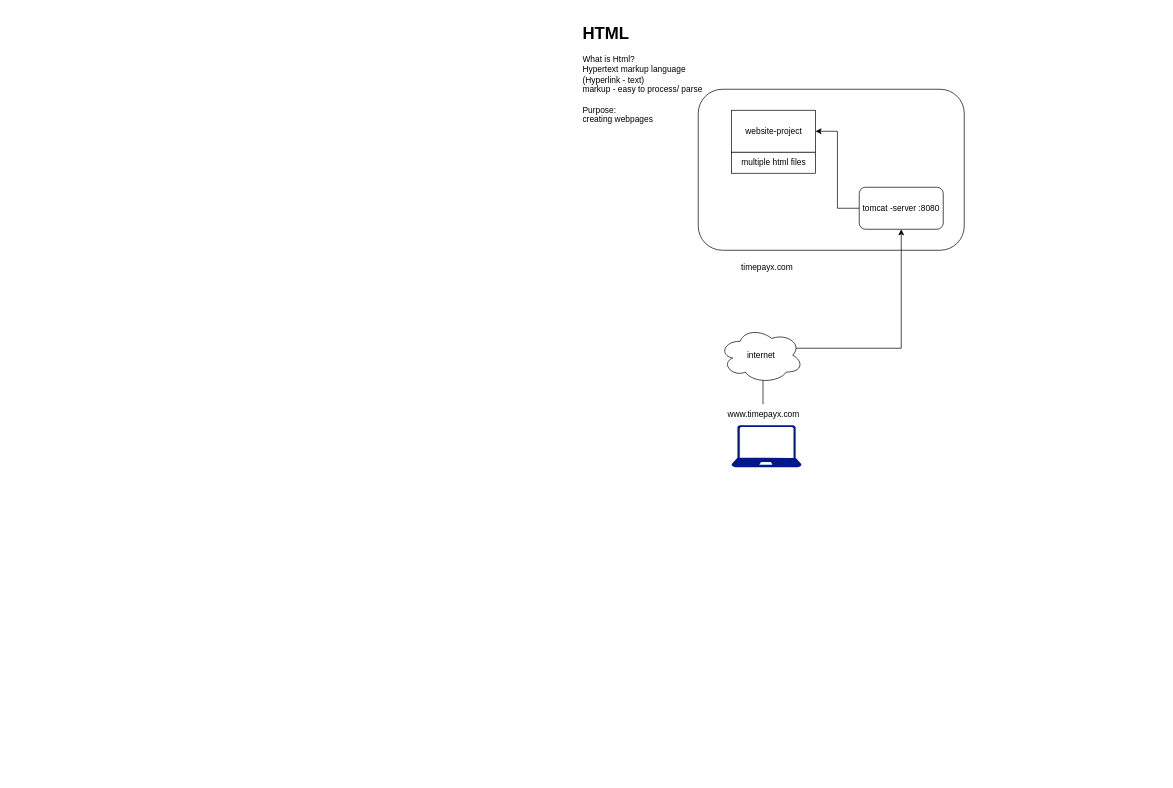
This is page "html-css" (2 of 2) of all-diagram.drawio from chandansutradhar2/web-dev, a draw.io file, before an edit. Source tidied: cells renumbered, new cells numbered last; positions are measured from the earlier drawing's top-left corner, leaving out a move shared by most shapes. Both pictures are drawn from the tidied source at 70%, with x=0, y=0 at pixel (579, 19).
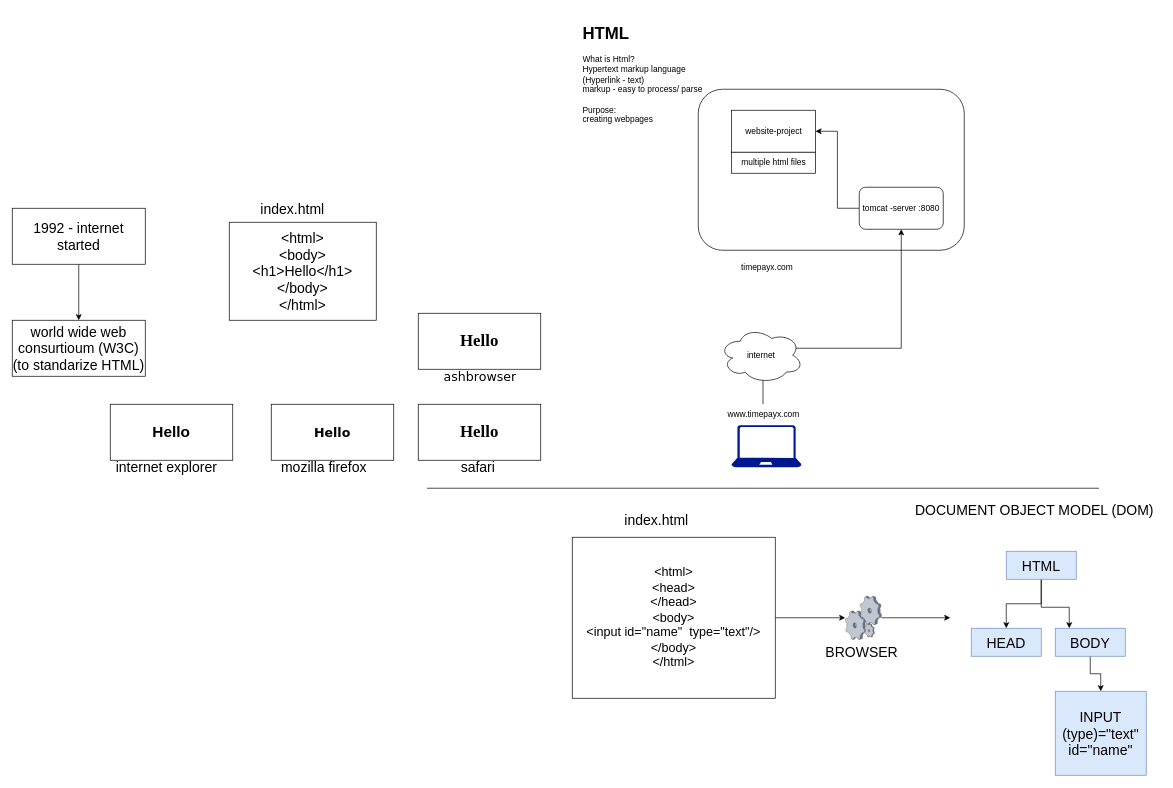
The same page after the edit.

Change to the diagram source:
```diff
@@
+    <mxCell id="13" style="endArrow=none;html=1;rounded=0;" parent="1" edge="1">
+      <mxGeometry relative="1" as="geometry">
+        <mxPoint x="-217.5" y="670" as="sourcePoint" />
+        <mxPoint x="742.5" y="670" as="targetPoint" />
+      </mxGeometry>
+    </mxCell>
+    <mxCell id="14" style="edgeStyle=orthogonalEdgeStyle;rounded=0;jettySize=auto;html=1;fontSize=20;" parent="1" edge="1" source="15" target="18">
+      <mxGeometry relative="1" as="geometry" />
+    </mxCell>
+    <mxCell id="15" value="&amp;lt;html&amp;gt;&lt;br style=&quot;font-size: 18px;&quot;&gt;&amp;lt;head&amp;gt;&lt;br style=&quot;font-size: 18px;&quot;&gt;&amp;lt;/head&amp;gt;&lt;br style=&quot;font-size: 18px;&quot;&gt;&amp;lt;body&amp;gt;&lt;br style=&quot;font-size: 18px;&quot;&gt;&amp;lt;input id=&quot;name&quot;&amp;nbsp; type=&quot;text&quot;/&amp;gt;&lt;br style=&quot;font-size: 18px;&quot;&gt;&amp;lt;/body&amp;gt;&lt;br style=&quot;font-size: 18px;&quot;&gt;&amp;lt;/html&amp;gt;" style="rounded=0;whiteSpace=wrap;html=1;fontSize=18;" parent="1" vertex="1">
+      <mxGeometry x="-10" y="740" width="290" height="230" as="geometry" />
+    </mxCell>
+    <mxCell id="16" value="index.html" style="text;html=1;align=center;verticalAlign=middle;strokeColor=none;fillColor=none;fontSize=20;" parent="1" vertex="1">
+      <mxGeometry x="55" y="695" width="110" height="40" as="geometry" />
+    </mxCell>
+    <mxCell id="17" style="edgeStyle=orthogonalEdgeStyle;rounded=0;jettySize=auto;html=1;fontSize=20;" parent="1" edge="1" source="18">
+      <mxGeometry relative="1" as="geometry">
+        <mxPoint x="530" y="855" as="targetPoint" />
+      </mxGeometry>
+    </mxCell>
+    <mxCell id="18" value="BROWSER&amp;nbsp;" style="verticalLabelPosition=bottom;sketch=0;html=1;verticalAlign=top;strokeColor=none;align=center;outlineConnect=0;shape=mxgraph.citrix.process;fontSize=20;" parent="1" vertex="1">
+      <mxGeometry x="380" y="824" width="52" height="62" as="geometry" />
+    </mxCell>
+    <mxCell id="19" style="edgeStyle=orthogonalEdgeStyle;rounded=0;jettySize=auto;html=1;fontSize=20;" parent="1" edge="1" source="21" target="23">
+      <mxGeometry relative="1" as="geometry" />
+    </mxCell>
+    <mxCell id="20" style="edgeStyle=orthogonalEdgeStyle;rounded=0;jettySize=auto;html=1;fontSize=20;" parent="1" edge="1" source="21" target="25">
+      <mxGeometry relative="1" as="geometry">
+        <Array as="points">
+          <mxPoint x="660" y="840" />
+          <mxPoint x="700" y="840" />
+        </Array>
+      </mxGeometry>
+    </mxCell>
+    <mxCell id="21" value="HTML" style="rounded=0;whiteSpace=wrap;html=1;fontSize=20;fillColor=#dae8fc;strokeColor=#6c8ebf;" parent="1" vertex="1">
+      <mxGeometry x="610" y="760" width="100" height="40" as="geometry" />
+    </mxCell>
+    <mxCell id="22" value="DOCUMENT OBJECT MODEL (DOM)" style="text;html=1;align=center;verticalAlign=middle;strokeColor=none;fillColor=none;fontSize=20;" parent="1" vertex="1">
+      <mxGeometry x="470" y="680" width="360" height="40" as="geometry" />
+    </mxCell>
+    <mxCell id="23" value="HEAD" style="rounded=0;whiteSpace=wrap;html=1;fontSize=20;fillColor=#dae8fc;strokeColor=#6c8ebf;" parent="1" vertex="1">
+      <mxGeometry x="560" y="870" width="100" height="40" as="geometry" />
+    </mxCell>
+    <mxCell id="24" style="edgeStyle=orthogonalEdgeStyle;rounded=0;jettySize=auto;html=1;fontSize=20;" parent="1" edge="1" source="25" target="26">
+      <mxGeometry relative="1" as="geometry" />
+    </mxCell>
+    <mxCell id="25" value="BODY" style="rounded=0;whiteSpace=wrap;html=1;fontSize=20;fillColor=#dae8fc;strokeColor=#6c8ebf;" parent="1" vertex="1">
+      <mxGeometry x="680" y="870" width="100" height="40" as="geometry" />
+    </mxCell>
+    <mxCell id="26" value="INPUT (type)=&quot;text&quot;&lt;br&gt;id=&quot;name&quot;" style="rounded=0;whiteSpace=wrap;html=1;fontSize=20;fillColor=#dae8fc;strokeColor=#6c8ebf;" parent="1" vertex="1">
+      <mxGeometry x="680" y="960" width="130" height="120" as="geometry" />
+    </mxCell>
+    <mxCell id="27" style="edgeStyle=orthogonalEdgeStyle;rounded=0;jettySize=auto;html=1;fontSize=20;" parent="1" edge="1" source="28" target="29">
+      <mxGeometry relative="1" as="geometry" />
+    </mxCell>
+    <mxCell id="28" value="1992 - internet started" style="rounded=0;whiteSpace=wrap;html=1;fontSize=20;" parent="1" vertex="1">
+      <mxGeometry x="-810" y="270" width="190" height="80" as="geometry" />
+    </mxCell>
+    <mxCell id="29" value="world wide web consurtioum (W3C)&lt;br&gt;(to standarize HTML)" style="rounded=0;whiteSpace=wrap;html=1;fontSize=20;" parent="1" vertex="1">
+      <mxGeometry x="-810" y="430" width="190" height="80" as="geometry" />
+    </mxCell>
+    <mxCell id="30" value="&amp;lt;html&amp;gt;&lt;br&gt;&amp;lt;body&amp;gt;&lt;br&gt;&amp;lt;h1&amp;gt;Hello&amp;lt;/h1&amp;gt;&lt;br&gt;&amp;lt;/body&amp;gt;&lt;br&gt;&amp;lt;/html&amp;gt;" style="rounded=0;whiteSpace=wrap;html=1;fontSize=20;" parent="1" vertex="1">
+      <mxGeometry x="-500" y="290" width="210" height="140" as="geometry" />
+    </mxCell>
+    <mxCell id="31" value="index.html" style="text;html=1;align=center;verticalAlign=middle;strokeColor=none;fillColor=none;fontSize=20;" parent="1" vertex="1">
+      <mxGeometry x="-465" y="250" width="110" height="40" as="geometry" />
+    </mxCell>
+    <mxCell id="32" value="&lt;span&gt;&lt;font face=&quot;Verdana&quot; style=&quot;font-size: 18px;&quot;&gt;Hello&lt;/font&gt;&lt;/span&gt;" style="rounded=0;whiteSpace=wrap;html=1;fontSize=20;fontStyle=1;" parent="1" vertex="1">
+      <mxGeometry x="-440" y="550" width="175" height="80" as="geometry" />
+    </mxCell>
+    <mxCell id="33" value="&lt;b&gt;&lt;font style=&quot;font-size: 22px;&quot;&gt;Hello&lt;/font&gt;&lt;/b&gt;" style="rounded=0;whiteSpace=wrap;html=1;fontSize=20;" parent="1" vertex="1">
+      <mxGeometry x="-670" y="550" width="175" height="80" as="geometry" />
+    </mxCell>
+    <mxCell id="34" value="&lt;b&gt;&lt;font face=&quot;Times New Roman&quot; style=&quot;font-size: 24px;&quot;&gt;Hello&lt;/font&gt;&lt;/b&gt;" style="rounded=0;whiteSpace=wrap;html=1;fontSize=20;" parent="1" vertex="1">
+      <mxGeometry x="-230" y="550" width="175" height="80" as="geometry" />
+    </mxCell>
+    <mxCell id="35" value="internet explorer" style="text;html=1;align=center;verticalAlign=middle;strokeColor=none;fillColor=none;fontSize=20;" parent="1" vertex="1">
+      <mxGeometry x="-675" y="620" width="170" height="40" as="geometry" />
+    </mxCell>
+    <mxCell id="36" value="mozilla firefox" style="text;html=1;align=center;verticalAlign=middle;strokeColor=none;fillColor=none;fontSize=20;" parent="1" vertex="1">
+      <mxGeometry x="-440" y="620" width="150" height="40" as="geometry" />
+    </mxCell>
+    <mxCell id="37" value="safari" style="text;html=1;align=center;verticalAlign=middle;strokeColor=none;fillColor=none;fontSize=20;" parent="1" vertex="1">
+      <mxGeometry x="-180" y="620" width="70" height="40" as="geometry" />
+    </mxCell>
+    <mxCell id="38" value="&lt;b&gt;&lt;font face=&quot;Times New Roman&quot; style=&quot;font-size: 24px;&quot;&gt;Hello&lt;/font&gt;&lt;/b&gt;" style="rounded=0;whiteSpace=wrap;html=1;fontSize=20;" parent="1" vertex="1">
+      <mxGeometry x="-230" y="420" width="175" height="80" as="geometry" />
+    </mxCell>
+    <mxCell id="39" value="ashbrowser" style="text;html=1;align=center;verticalAlign=middle;strokeColor=none;fillColor=none;fontSize=18;fontFamily=Verdana;" parent="1" vertex="1">
+      <mxGeometry x="-207.5" y="490" width="130" height="40" as="geometry" />
+    </mxCell>
```
